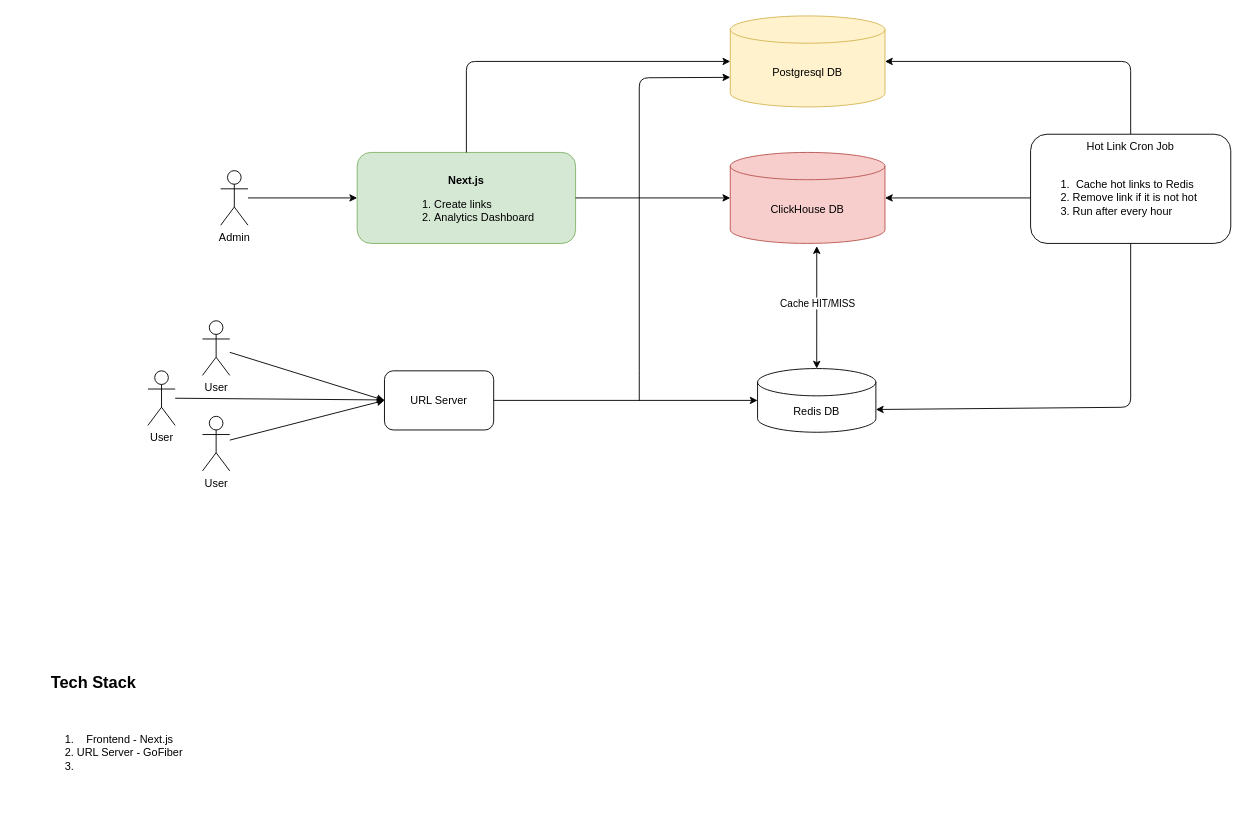
viveknimbolkar/system-design-mvp keeps this draw.io diagram as URL-Shortner/url-shortner-v1.drawio. Above is the earlier version. Source tidied: cells renumbered, new cells numbered last; positions are measured from the earlier drawing's top-left corner, leaving out a move shared by most shapes. Both pictures are drawn from the tidied source at 91%, with x=0, y=0 at pixel (29, 15).
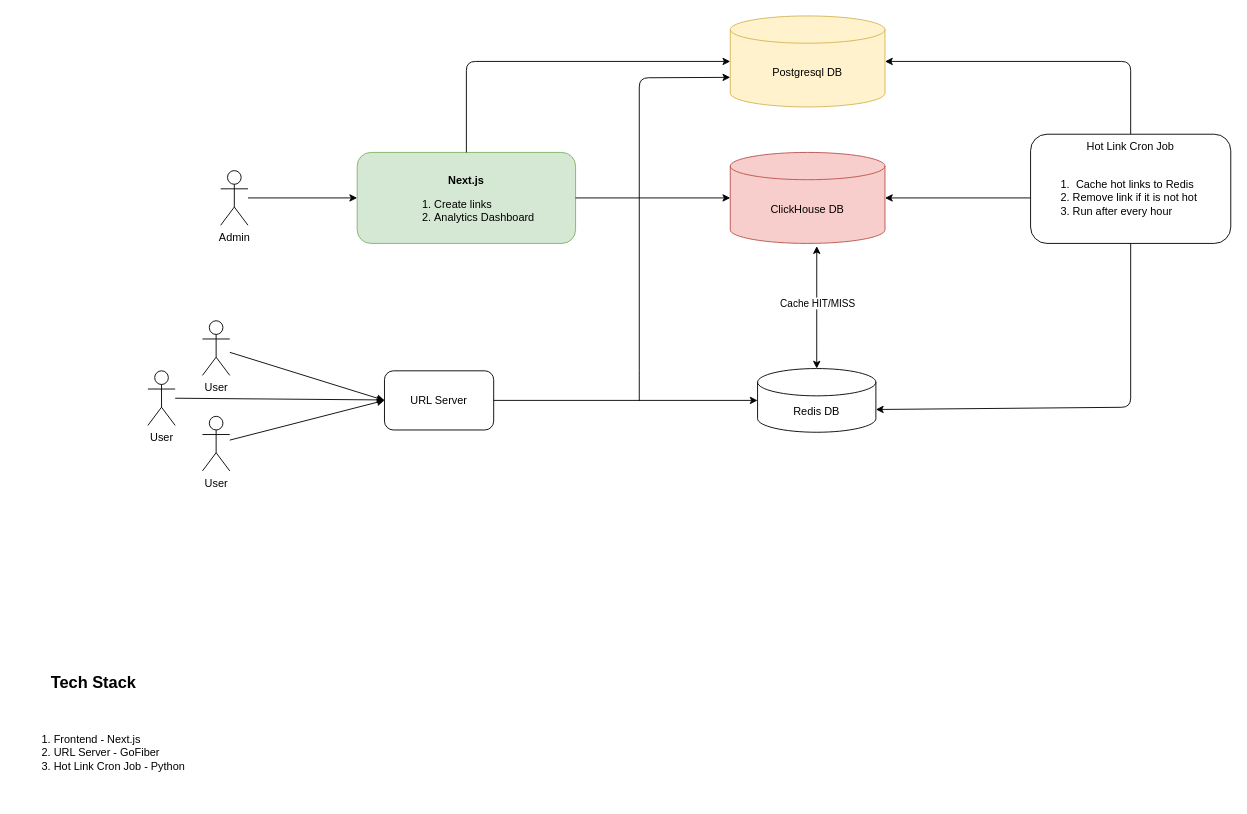
The same page after the edit.

What changed in the source:
```diff
@@
-    <mxCell id="14" value="&lt;ol&gt;&lt;li&gt;Frontend - Next.js&lt;/li&gt;&lt;li&gt;URL Server - GoFiber&lt;/li&gt;&lt;li&gt;&lt;br&gt;&lt;/li&gt;&lt;/ol&gt;" style="text;html=1;align=center;verticalAlign=middle;strokeColor=none;fillColor=none;" parent="1" vertex="1">
-      <mxGeometry y="760" width="180" height="100" as="geometry" />
+    <mxCell id="14" value="&lt;ol&gt;&lt;li&gt;Frontend - Next.js&lt;/li&gt;&lt;li&gt;URL Server - GoFiber&lt;/li&gt;&lt;li&gt;Hot Link Cron Job - Python&lt;/li&gt;&lt;/ol&gt;" style="text;html=1;align=left;verticalAlign=middle;strokeColor=none;fillColor=none;" parent="1" vertex="1">
+      <mxGeometry x="-15" y="760" width="210" height="100" as="geometry" />
     </mxCell>
```
